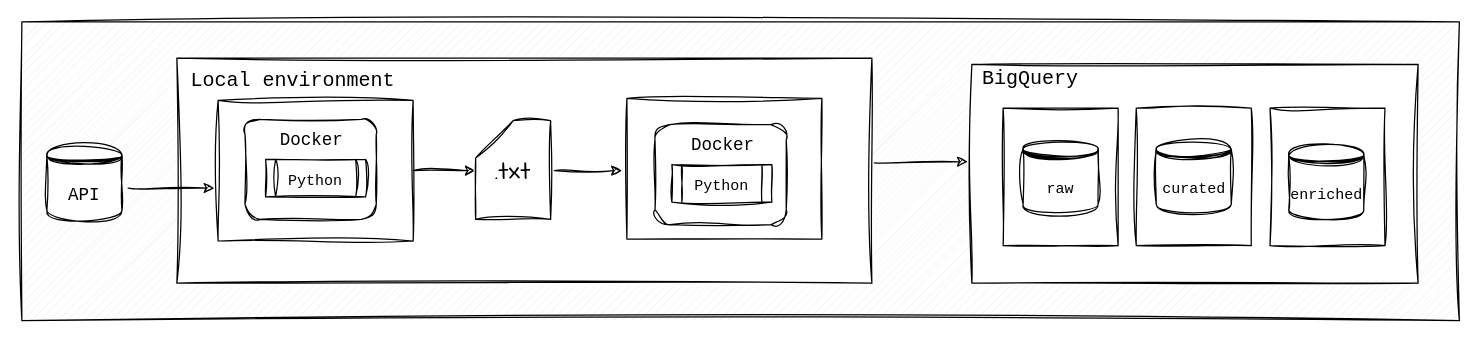
Earlier version of the draw.io diagram architecture.drawio (thaislba/open_brewery). Source tidied: cells renumbered, new cells numbered last; positions are measured from the earlier drawing's top-left corner, leaving out a move shared by most shapes. Both pictures are drawn from the tidied source at 125%, with x=0, y=0 at pixel (21, 21).
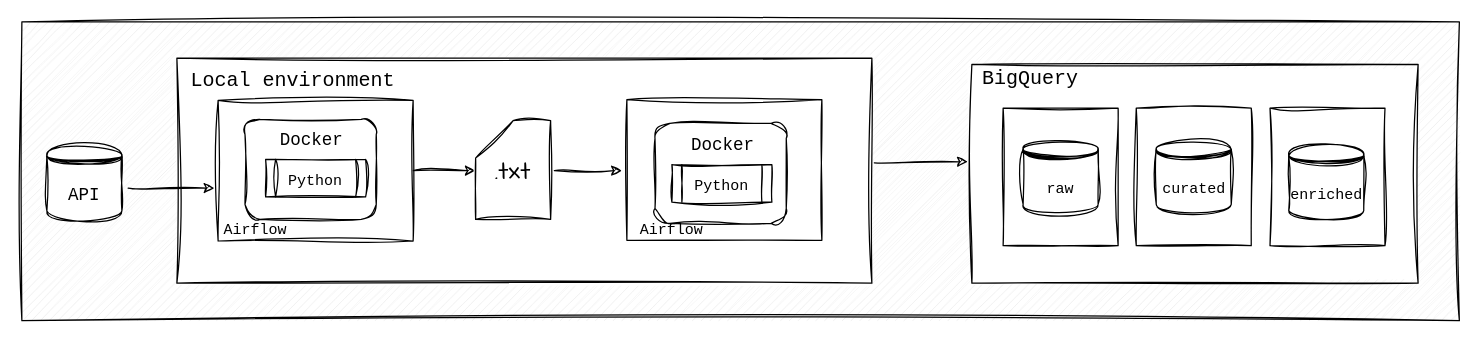
The same diagram, later.

Change to the diagram source:
```diff
@@
     <mxCell id="4" style="rounded=0;whiteSpace=wrap;html=1;sketch=1;hachureGap=4;jiggle=2;curveFitting=1;fontFamily=Architects Daughter;fontSize=20;" parent="1" vertex="1">
-      <mxGeometry x="484" y="61.2" width="156" height="112.5" as="geometry" />
+      <mxGeometry x="484" y="62.2" width="156" height="112.5" as="geometry" />
     </mxCell>
@@
     <mxCell id="20" style="rounded=1;whiteSpace=wrap;html=1;sketch=1;hachureGap=4;jiggle=2;curveFitting=1;fontFamily=Architects Daughter;fontSize=20;" parent="1" vertex="1">
-      <mxGeometry x="506.5" y="82.2" width="105" height="80" as="geometry" />
+      <mxGeometry x="506.5" y="81.2" width="105" height="80" as="geometry" />
     </mxCell>
@@
+    <mxCell id="27" value="&lt;pre&gt;&lt;font style=&quot;font-size: 12px;&quot;&gt;Airflow&lt;/font&gt;&lt;/pre&gt;" style="text;html=1;strokeColor=none;fillColor=none;align=center;verticalAlign=middle;whiteSpace=wrap;rounded=0;fontSize=20;fontFamily=Architects Daughter;" parent="1" vertex="1">
+      <mxGeometry x="157" y="149" width="60" height="30" as="geometry" />
+    </mxCell>
+    <mxCell id="28" value="&lt;pre&gt;&lt;font style=&quot;font-size: 12px;&quot;&gt;Airflow&lt;/font&gt;&lt;/pre&gt;" style="text;html=1;strokeColor=none;fillColor=none;align=center;verticalAlign=middle;whiteSpace=wrap;rounded=0;fontSize=20;fontFamily=Architects Daughter;" parent="1" vertex="1">
+      <mxGeometry x="490" y="149" width="60" height="30" as="geometry" />
+    </mxCell>
```
